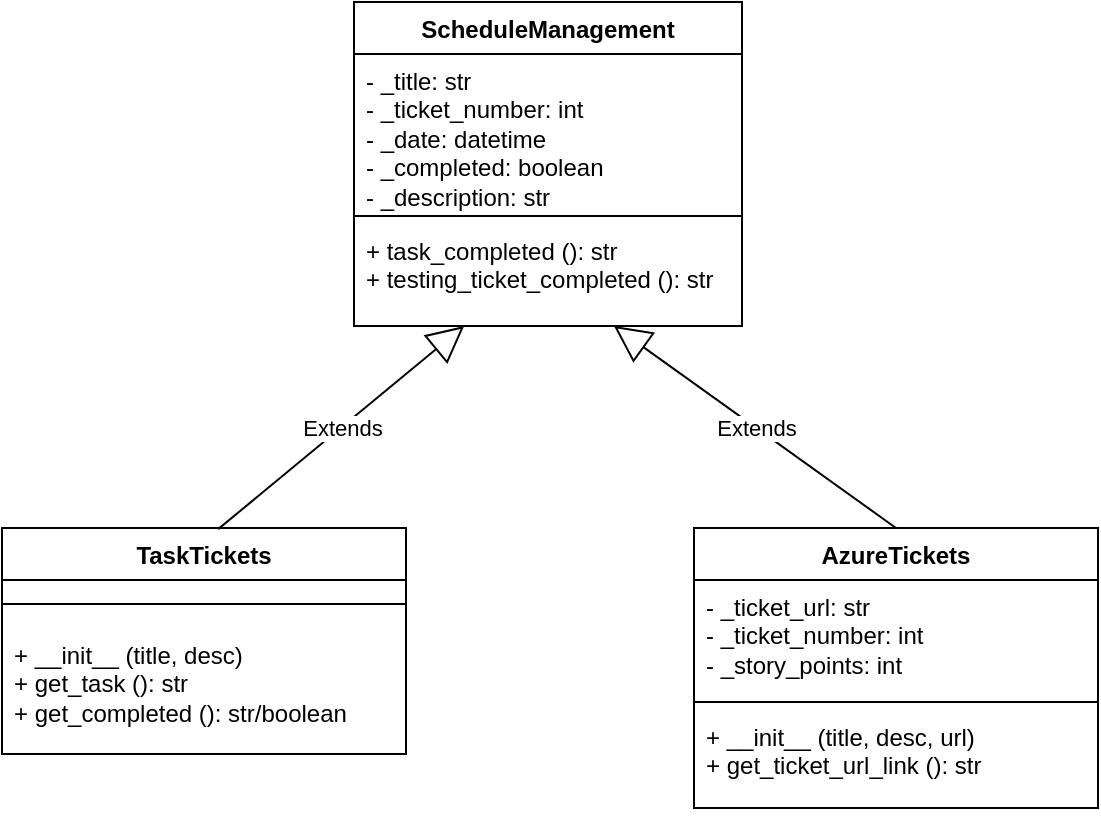
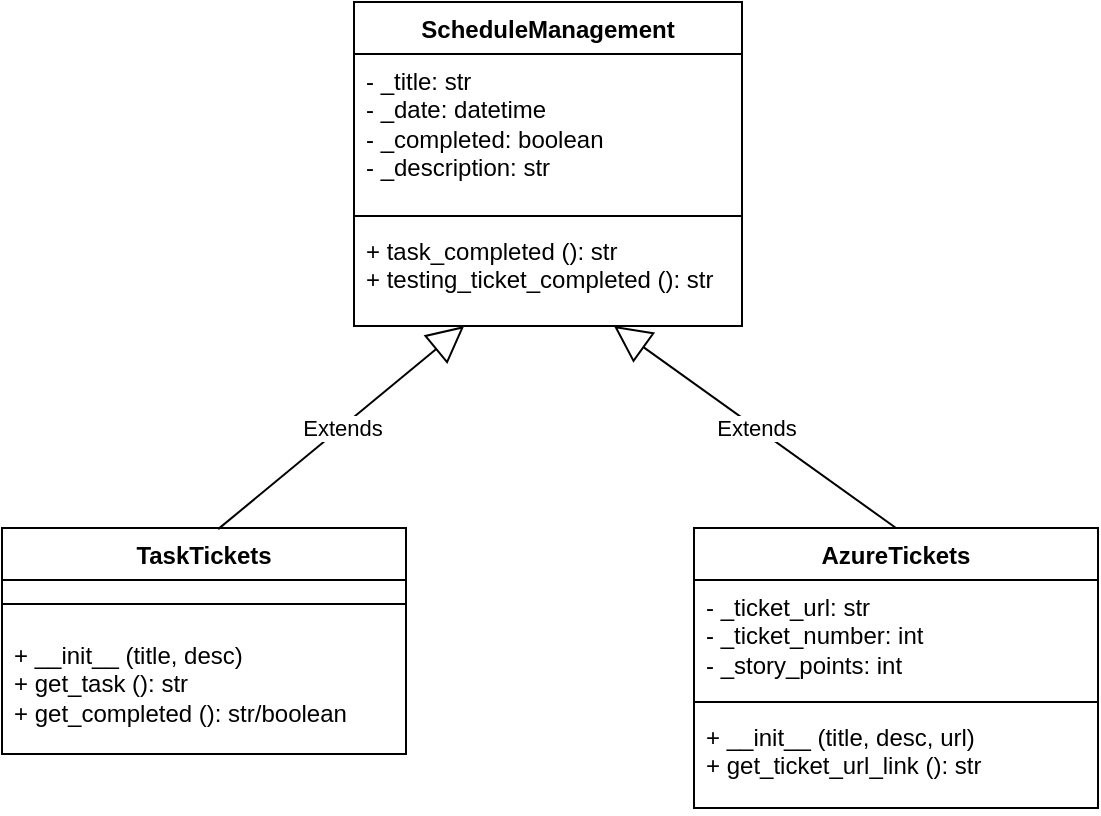
<mxfile host="Electron">
  <diagram name="Page-1" id="6DOwoYKZLu8TJvb5xmE_">
-     <mxGraphModel dx="1006" dy="783" grid="0" gridSize="10" guides="1" tooltips="1" connect="1" arrows="1" fold="1" page="1" pageScale="1" pageWidth="1169" pageHeight="827" math="0" shadow="0">
+     <mxGraphModel dx="720" dy="783" grid="0" gridSize="10" guides="1" tooltips="1" connect="1" arrows="1" fold="1" page="1" pageScale="1" pageWidth="1169" pageHeight="827" math="0" shadow="0">
      <root>
        <mxCell id="0" />
        <mxCell id="1" parent="0" />
        <mxCell id="myictuwr3sEy8qURF9de-13" parent="1" style="swimlane;fontStyle=1;align=center;verticalAlign=top;childLayout=stackLayout;horizontal=1;startSize=26;horizontalStack=0;resizeParent=1;resizeParentMax=0;resizeLast=0;collapsible=1;marginBottom=0;whiteSpace=wrap;html=1;" value="ScheduleManagement" vertex="1">
          <mxGeometry height="162" width="194" x="435" y="113" as="geometry" />
        </mxCell>
-         <mxCell id="myictuwr3sEy8qURF9de-14" parent="myictuwr3sEy8qURF9de-13" style="text;strokeColor=none;fillColor=none;align=left;verticalAlign=top;spacingLeft=4;spacingRight=4;overflow=hidden;rotatable=0;points=[[0,0.5],[1,0.5]];portConstraint=eastwest;whiteSpace=wrap;html=1;" value="- _title: str&lt;div&gt;- _ticket_number: int&lt;br&gt;&lt;div&gt;- _date: datetime&lt;/div&gt;&lt;div&gt;- _completed: boolean&lt;/div&gt;&lt;/div&gt;&lt;div&gt;- _description: str&lt;/div&gt;" vertex="1">
+         <mxCell id="myictuwr3sEy8qURF9de-14" parent="myictuwr3sEy8qURF9de-13" style="text;strokeColor=none;fillColor=none;align=left;verticalAlign=top;spacingLeft=4;spacingRight=4;overflow=hidden;rotatable=0;points=[[0,0.5],[1,0.5]];portConstraint=eastwest;whiteSpace=wrap;html=1;" value="- _title: str&lt;div&gt;&lt;div&gt;- _date: datetime&lt;/div&gt;&lt;div&gt;- _completed: boolean&lt;/div&gt;&lt;/div&gt;&lt;div&gt;- _description: str&lt;/div&gt;" vertex="1">
          <mxGeometry height="77" width="194" y="26" as="geometry" />
        </mxCell>
        <mxCell id="myictuwr3sEy8qURF9de-15" parent="myictuwr3sEy8qURF9de-13" style="line;strokeWidth=1;fillColor=none;align=left;verticalAlign=middle;spacingTop=-1;spacingLeft=3;spacingRight=3;rotatable=0;labelPosition=right;points=[];portConstraint=eastwest;strokeColor=inherit;" value="" vertex="1">
          <mxGeometry height="8" width="194" y="103" as="geometry" />
        </mxCell>
        <mxCell id="myictuwr3sEy8qURF9de-16" parent="myictuwr3sEy8qURF9de-13" style="text;strokeColor=none;fillColor=none;align=left;verticalAlign=top;spacingLeft=4;spacingRight=4;overflow=hidden;rotatable=0;points=[[0,0.5],[1,0.5]];portConstraint=eastwest;whiteSpace=wrap;html=1;" value="+ task_completed (): str&lt;div&gt;+ testing_ticket_completed (): str&lt;/div&gt;&lt;div&gt;&lt;br&gt;&lt;/div&gt;" vertex="1">
          <mxGeometry height="51" width="194" y="111" as="geometry" />
        </mxCell>
        <mxCell id="myictuwr3sEy8qURF9de-17" parent="1" style="swimlane;fontStyle=1;align=center;verticalAlign=top;childLayout=stackLayout;horizontal=1;startSize=26;horizontalStack=0;resizeParent=1;resizeParentMax=0;resizeLast=0;collapsible=1;marginBottom=0;whiteSpace=wrap;html=1;" value="TaskTickets" vertex="1">
          <mxGeometry height="113" width="202" x="259" y="376" as="geometry" />
        </mxCell>
        <mxCell id="myictuwr3sEy8qURF9de-19" parent="myictuwr3sEy8qURF9de-17" style="line;strokeWidth=1;fillColor=none;align=left;verticalAlign=middle;spacingTop=-1;spacingLeft=3;spacingRight=3;rotatable=0;labelPosition=right;points=[];portConstraint=eastwest;strokeColor=inherit;" value="" vertex="1">
          <mxGeometry height="24" width="202" y="26" as="geometry" />
        </mxCell>
        <mxCell id="myictuwr3sEy8qURF9de-20" parent="myictuwr3sEy8qURF9de-17" style="text;strokeColor=none;fillColor=none;align=left;verticalAlign=top;spacingLeft=4;spacingRight=4;overflow=hidden;rotatable=0;points=[[0,0.5],[1,0.5]];portConstraint=eastwest;whiteSpace=wrap;html=1;" value="+ __init__ (title, desc)&lt;div&gt;+ get_task (): str&lt;/div&gt;&lt;div&gt;+ get_completed (): str/boolean&lt;/div&gt;" vertex="1">
          <mxGeometry height="63" width="202" y="50" as="geometry" />
        </mxCell>
        <mxCell id="myictuwr3sEy8qURF9de-21" parent="1" style="swimlane;fontStyle=1;align=center;verticalAlign=top;childLayout=stackLayout;horizontal=1;startSize=26;horizontalStack=0;resizeParent=1;resizeParentMax=0;resizeLast=0;collapsible=1;marginBottom=0;whiteSpace=wrap;html=1;" value="AzureTickets" vertex="1">
          <mxGeometry height="140" width="202" x="605" y="376" as="geometry" />
        </mxCell>
        <mxCell id="myictuwr3sEy8qURF9de-22" parent="myictuwr3sEy8qURF9de-21" style="text;strokeColor=none;fillColor=none;align=left;verticalAlign=top;spacingLeft=4;spacingRight=4;overflow=hidden;rotatable=0;points=[[0,0.5],[1,0.5]];portConstraint=eastwest;whiteSpace=wrap;html=1;" value="&lt;div&gt;&lt;span style=&quot;background-color: transparent; color: light-dark(rgb(0, 0, 0), rgb(255, 255, 255));&quot;&gt;- _ticket_url: str&lt;/span&gt;&lt;/div&gt;&lt;div&gt;&lt;span style=&quot;background-color: transparent; color: light-dark(rgb(0, 0, 0), rgb(255, 255, 255));&quot;&gt;- _ticket_number: int&lt;/span&gt;&lt;/div&gt;&lt;div&gt;- _story_points: int&lt;/div&gt;" vertex="1">
          <mxGeometry height="57" width="202" y="26" as="geometry" />
        </mxCell>
        <mxCell id="myictuwr3sEy8qURF9de-23" parent="myictuwr3sEy8qURF9de-21" style="line;strokeWidth=1;fillColor=none;align=left;verticalAlign=middle;spacingTop=-1;spacingLeft=3;spacingRight=3;rotatable=0;labelPosition=right;points=[];portConstraint=eastwest;strokeColor=inherit;" value="" vertex="1">
          <mxGeometry height="8" width="202" y="83" as="geometry" />
        </mxCell>
        <mxCell id="myictuwr3sEy8qURF9de-24" parent="myictuwr3sEy8qURF9de-21" style="text;strokeColor=none;fillColor=none;align=left;verticalAlign=top;spacingLeft=4;spacingRight=4;overflow=hidden;rotatable=0;points=[[0,0.5],[1,0.5]];portConstraint=eastwest;whiteSpace=wrap;html=1;" value="+ __init__ (title, desc, url)&lt;div&gt;+ get_ticket_url_link (): str&lt;/div&gt;" vertex="1">
          <mxGeometry height="49" width="202" y="91" as="geometry" />
        </mxCell>
        <mxCell id="myictuwr3sEy8qURF9de-26" edge="1" parent="1" source="myictuwr3sEy8qURF9de-17" style="endArrow=block;endSize=16;endFill=0;html=1;rounded=0;entryX=0.284;entryY=1;entryDx=0;entryDy=0;entryPerimeter=0;exitX=0.535;exitY=0.005;exitDx=0;exitDy=0;exitPerimeter=0;" target="myictuwr3sEy8qURF9de-16" value="Extends">
          <mxGeometry relative="1" width="160" as="geometry">
            <mxPoint x="350" y="303" as="sourcePoint" />
            <mxPoint x="510" y="303" as="targetPoint" />
          </mxGeometry>
        </mxCell>
        <mxCell id="myictuwr3sEy8qURF9de-27" edge="1" parent="1" source="myictuwr3sEy8qURF9de-21" style="endArrow=block;endSize=16;endFill=0;html=1;rounded=0;entryX=0.67;entryY=1;entryDx=0;entryDy=0;entryPerimeter=0;exitX=0.5;exitY=0;exitDx=0;exitDy=0;" target="myictuwr3sEy8qURF9de-16" value="Extends">
          <mxGeometry relative="1" width="160" as="geometry">
            <mxPoint x="449" y="329" as="sourcePoint" />
            <mxPoint x="575" y="252" as="targetPoint" />
          </mxGeometry>
        </mxCell>
      </root>
    </mxGraphModel>
  </diagram>
</mxfile>
